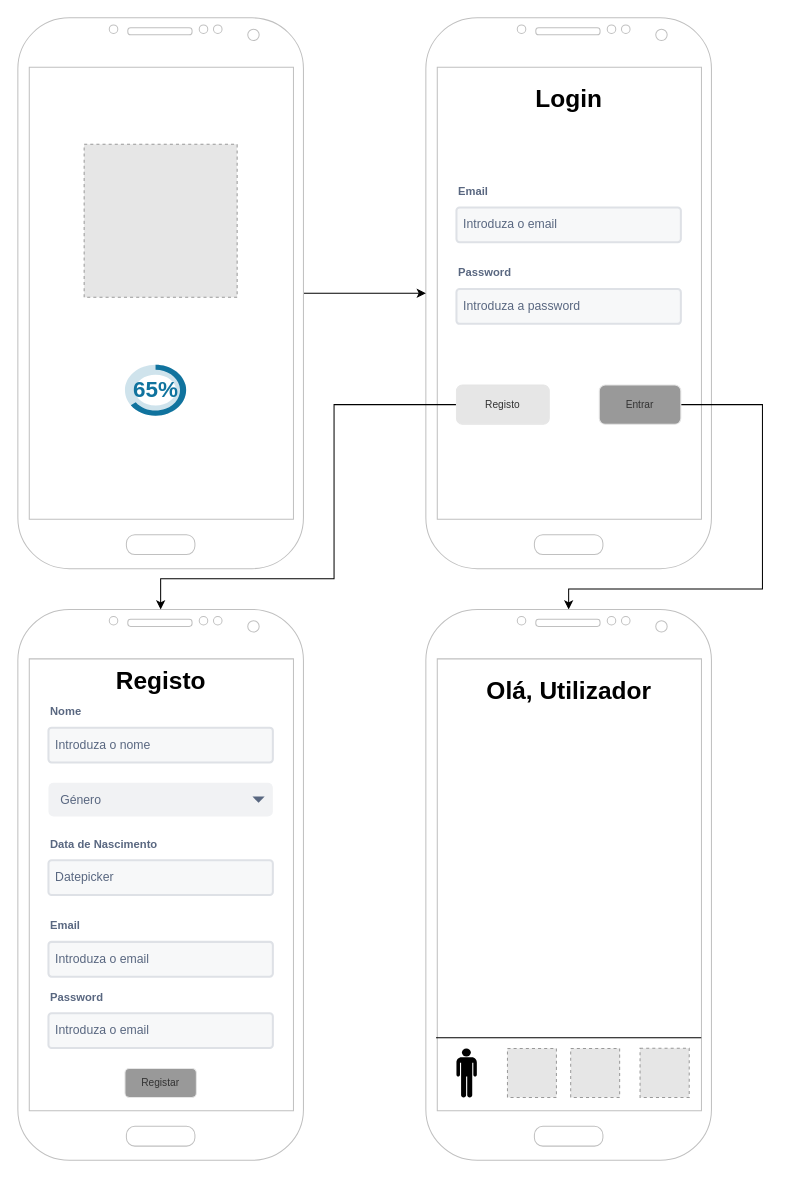
This is docs/mockups/Mockups.drawio from rodrigosantos003/healably, a draw.io file, before an edit. Source tidied: cells renumbered, new cells numbered last; positions are measured from the earlier drawing's top-left corner, leaving out a move shared by most shapes. Both pictures are drawn from the tidied source at 102%, with x=0, y=0 at pixel (17, 17). Pictures stored in the file or linked from it are replaced by grey dashed boxes.
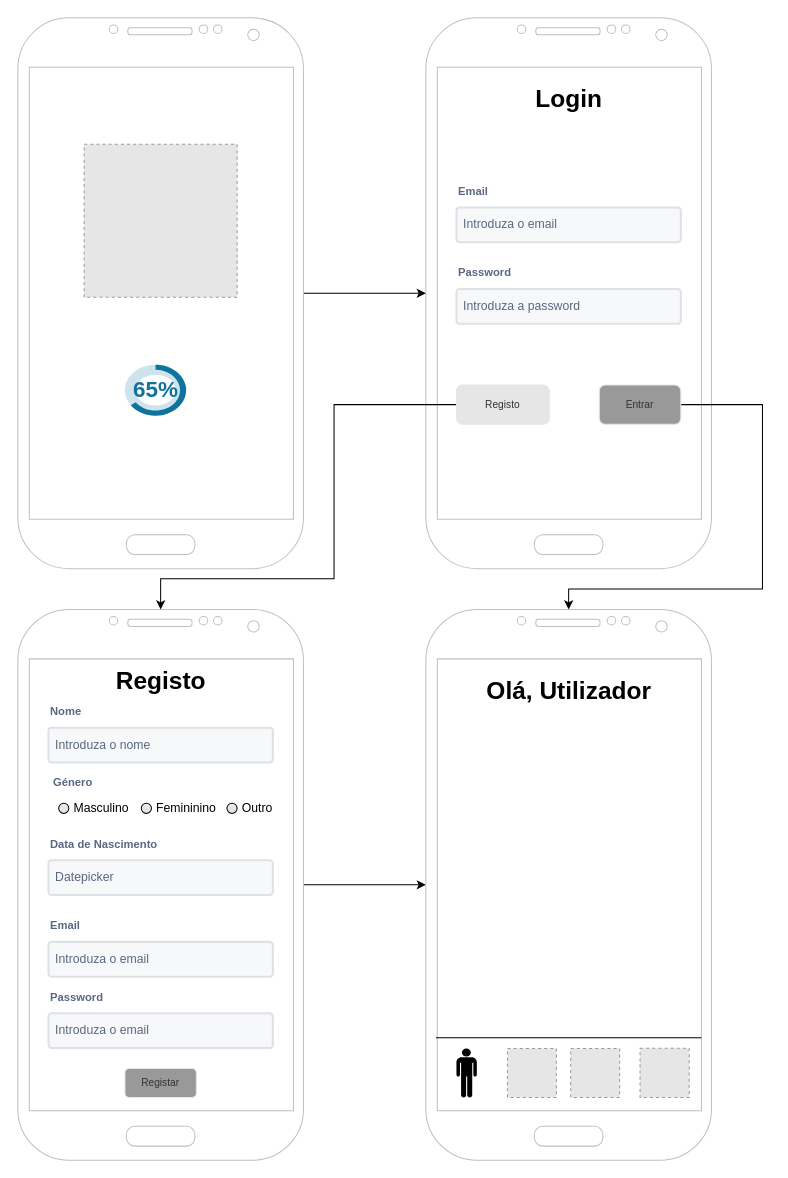
The same page after the edit.

Unchanged cells that the change refers to:
```xml
<mxCell id="4" style="verticalLabelPosition=bottom;verticalAlign=top;html=1;shadow=0;dashed=0;strokeWidth=1;shape=mxgraph.android.phone2;strokeColor=#c0c0c0;" parent="1" vertex="1">
  <mxGeometry y="580" width="280" height="540" as="geometry" />
</mxCell>
<mxCell id="35" style="verticalLabelPosition=bottom;verticalAlign=top;html=1;shadow=0;dashed=0;strokeWidth=1;shape=mxgraph.android.phone2;strokeColor=#c0c0c0;" parent="1" vertex="1">
  <mxGeometry x="400" y="580" width="280" height="540" as="geometry" />
</mxCell>
```

Change to the diagram source:
```diff
@@
+    <mxCell id="43" style="edgeStyle=orthogonalEdgeStyle;rounded=0;jettySize=auto;html=1;entryX=0;entryY=0.5;entryDx=0;entryDy=0;entryPerimeter=0;" parent="1" edge="1" source="4" target="35">
+      <mxGeometry relative="1" as="geometry" />
+    </mxCell>
@@
-    <mxCell id="10" value="Género" style="rounded=1;fillColor=#F1F2F4;strokeColor=none;html=1;fontColor=#596780;align=left;fontSize=12;spacingLeft=10;sketch=0;" parent="1" vertex="1">
-      <mxGeometry x="30" y="750" width="220" height="33" as="geometry" />
-    </mxCell>
-    <mxCell id="11" style="shape=triangle;direction=south;fillColor=#596780;strokeColor=none;html=1;sketch=0;" parent="10" vertex="1">
-      <mxGeometry x="1" y="0.5" width="12" height="6" relative="1" as="geometry">
-        <mxPoint x="-20" y="-3" as="offset" />
-      </mxGeometry>
-    </mxCell>
@@
+    <mxCell id="10" value="Género" style="fillColor=none;strokeColor=none;html=1;fontSize=11;fontStyle=0;align=left;fontColor=#596780;fontStyle=1;fontSize=11;" parent="1" vertex="1">
+      <mxGeometry x="32.9" y="740" width="182.1" height="20.7" as="geometry" />
+    </mxCell>
+    <mxCell id="44" value="Masculino" style="html=1;shadow=0;dashed=0;shape=mxgraph.bootstrap.radioButton2;labelPosition=right;verticalLabelPosition=middle;align=left;verticalAlign=middle;gradientColor=#DEDEDE;fillColor=#EDEDED;checked=0;spacing=5;checkedFill=#0085FC;checkedStroke=#ffffff;" parent="1" vertex="1">
+      <mxGeometry x="40" y="770" width="10" height="10" as="geometry" />
+    </mxCell>
+    <mxCell id="45" value="Femininino" style="html=1;shadow=0;dashed=0;shape=mxgraph.bootstrap.radioButton2;labelPosition=right;verticalLabelPosition=middle;align=left;verticalAlign=middle;gradientColor=#DEDEDE;fillColor=#EDEDED;checked=0;spacing=5;checkedFill=#0085FC;checkedStroke=#ffffff;" parent="1" vertex="1">
+      <mxGeometry x="121" y="770" width="10" height="10" as="geometry" />
+    </mxCell>
+    <mxCell id="46" value="Outro" style="html=1;shadow=0;dashed=0;shape=mxgraph.bootstrap.radioButton2;labelPosition=right;verticalLabelPosition=middle;align=left;verticalAlign=middle;gradientColor=#DEDEDE;fillColor=#EDEDED;checked=0;spacing=5;checkedFill=#0085FC;checkedStroke=#ffffff;" parent="1" vertex="1">
+      <mxGeometry x="205" y="770" width="10" height="10" as="geometry" />
+    </mxCell>
```
